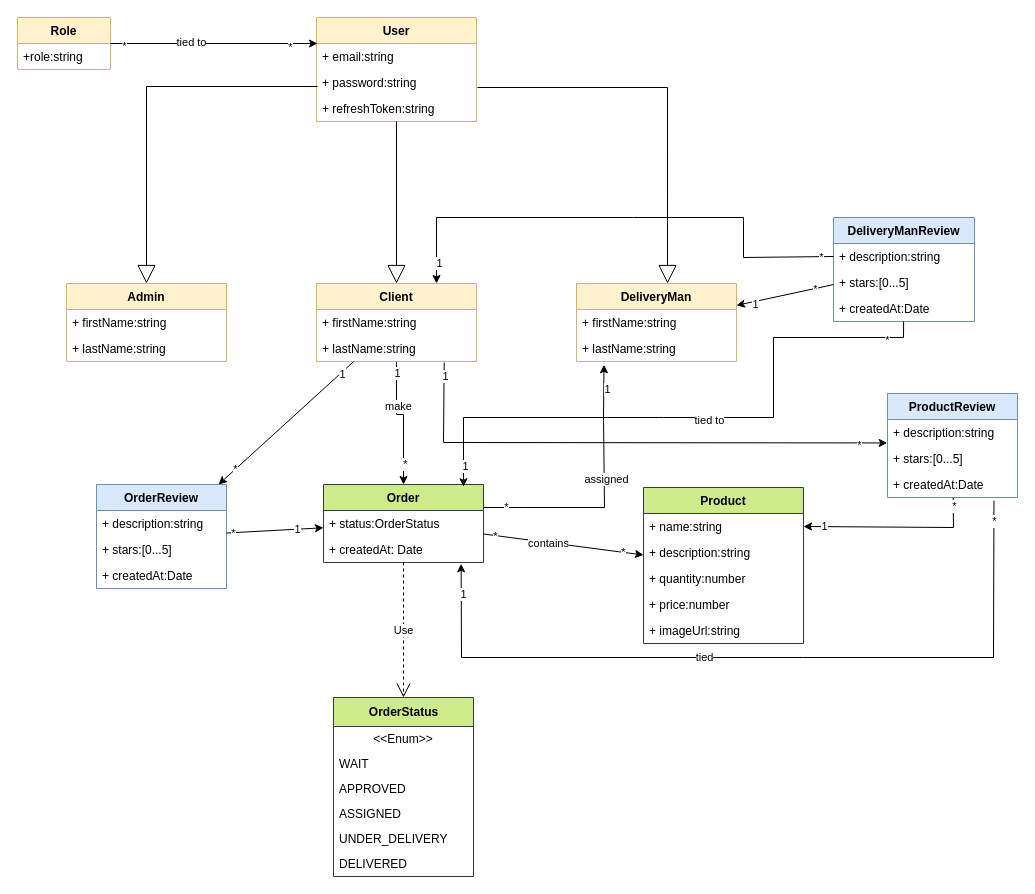
This is docs/class diagram.drawio from stormsidali2001/FrontPharmacy, a draw.io file, before an edit. Source tidied: cells renumbered, new cells numbered last; positions are measured from the earlier drawing's top-left corner, leaving out a move shared by most shapes. Both pictures are drawn from the tidied source at 100%, with x=0, y=0 at pixel (17, 17).
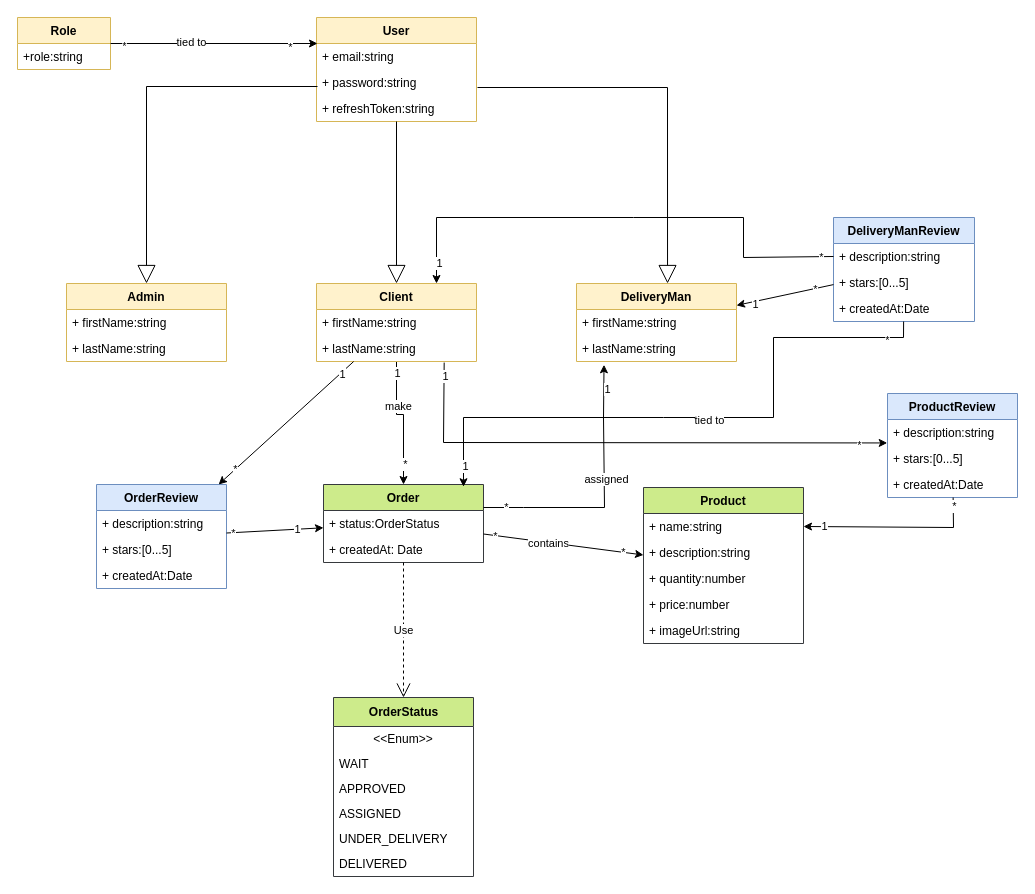
The same page after the edit.

Unchanged cells that the change refers to:
```xml
<mxCell id="30" value="+ createdAt: Date" style="text;strokeColor=none;fillColor=none;align=left;verticalAlign=top;spacingLeft=4;spacingRight=4;overflow=hidden;points=[[0,0.5],[1,0.5]];portConstraint=eastwest;" parent="28" vertex="1">
  <mxGeometry y="52" width="160" height="26" as="geometry" />
</mxCell>
<mxCell id="66" value="+ createdAt:Date" style="text;strokeColor=none;fillColor=none;align=left;verticalAlign=top;spacingLeft=4;spacingRight=4;overflow=hidden;points=[[0,0.5],[1,0.5]];portConstraint=eastwest;" parent="63" vertex="1">
  <mxGeometry y="78" width="130" height="26" as="geometry" />
</mxCell>
```

Diff of the diagram source:
```diff
@@
-    <mxCell id="73" style="endArrow=classic;html=1;rounded=0;exitX=0.819;exitY=1.124;exitDx=0;exitDy=0;exitPerimeter=0;entryX=0.86;entryY=1.049;entryDx=0;entryDy=0;entryPerimeter=0;" parent="1" edge="1" source="66" target="30">
-      <mxGeometry relative="1" as="geometry">
-        <Array as="points">
-          <mxPoint x="976" y="640" />
-          <mxPoint x="786" y="640" />
-          <mxPoint x="444" y="640" />
-        </Array>
-      </mxGeometry>
-    </mxCell>
-    <mxCell id="74" value="1" style="edgeLabel;html=1;align=center;verticalAlign=middle;" parent="73" vertex="1">
-      <mxGeometry x="0.87" y="-2" relative="1" as="geometry">
-        <mxPoint y="-20" as="offset" />
-      </mxGeometry>
-    </mxCell>
-    <mxCell id="75" value="tied" style="edgeLabel;html=1;align=center;verticalAlign=middle;" parent="73" vertex="1">
-      <mxGeometry x="0.14" y="-1" relative="1" as="geometry" />
-    </mxCell>
-    <mxCell id="76" value="*" style="edgeLabel;html=1;align=center;verticalAlign=middle;" parent="73" vertex="1">
-      <mxGeometry x="-0.95" relative="1" as="geometry" />
-    </mxCell>
```
